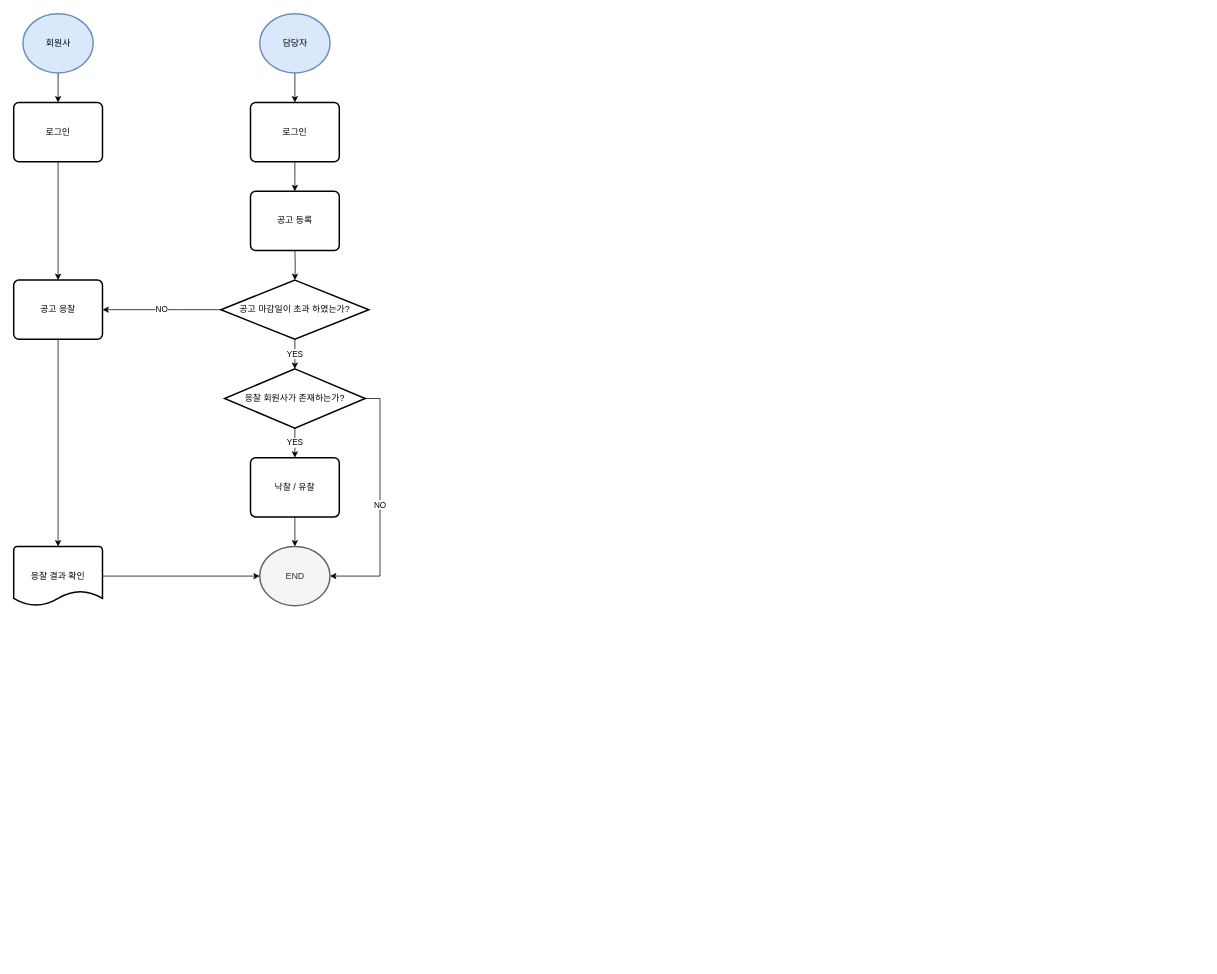
This is 경농-전자입찰시스템 Flow Chart.drawio from donghyeok-dev/devportfolio, a draw.io file, before an edit. Source tidied: cells renumbered, new cells numbered last; positions are measured from the earlier drawing's top-left corner, leaving out a move shared by most shapes. Both pictures are drawn from the tidied source at 74%, with x=0, y=0 at pixel (13, 13).
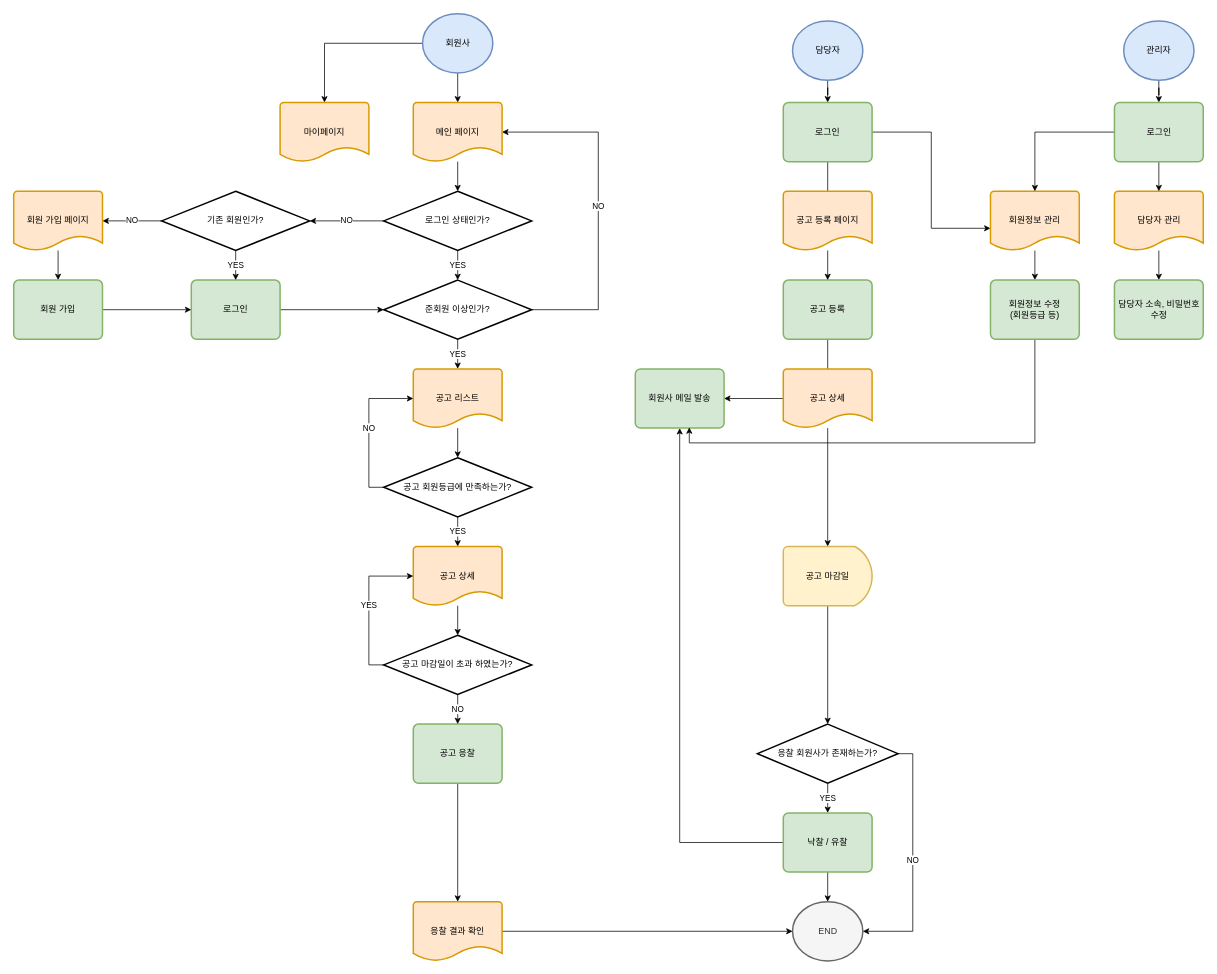
After the change.

Commit message:
Update 경농-전자입찰시스템 Flow Chart.drawio

What changed in the source:
```diff
@@
     <mxCell id="3" value="담당자" style="strokeWidth=2;html=1;shape=mxgraph.flowchart.start_2;whiteSpace=wrap;fillColor=#dae8fc;strokeColor=#6c8ebf;" parent="1" vertex="1">
-      <mxGeometry x="332.5" width="95" height="80" as="geometry" />
+      <mxGeometry x="1052.5" y="10" width="95" height="80" as="geometry" />
     </mxCell>
     <mxCell id="4" style="edgeStyle=orthogonalEdgeStyle;rounded=0;jettySize=auto;html=1;" parent="1" edge="1" source="5">
       <mxGeometry relative="1" as="geometry">
-        <mxPoint x="380" y="240" as="targetPoint" />
+        <mxPoint x="1100" y="250" as="targetPoint" />
       </mxGeometry>
     </mxCell>
+    <mxCell id="25" style="edgeStyle=orthogonalEdgeStyle;rounded=0;jettySize=auto;html=1;entryX=0;entryY=0.625;entryDx=0;entryDy=0;entryPerimeter=0;" parent="1" edge="1" source="5" target="65">
+      <mxGeometry relative="1" as="geometry" />
+    </mxCell>
-    <mxCell id="5" value="로그인" style="rounded=1;whiteSpace=wrap;html=1;absoluteArcSize=1;arcSize=14;strokeWidth=2;" parent="1" vertex="1">
-      <mxGeometry x="320" y="120" width="120" height="80" as="geometry" />
+    <mxCell id="5" value="로그인" style="rounded=1;whiteSpace=wrap;html=1;absoluteArcSize=1;arcSize=14;strokeWidth=2;fillColor=#d5e8d4;strokeColor=#82b366;" parent="1" vertex="1">
+      <mxGeometry x="1040" y="120" width="120" height="80" as="geometry" />
     </mxCell>
-    <mxCell id="6" style="edgeStyle=orthogonalEdgeStyle;rounded=0;jettySize=auto;html=1;" parent="1" edge="1" target="8">
-      <mxGeometry relative="1" as="geometry">
-        <mxPoint x="380" y="320" as="sourcePoint" />
-      </mxGeometry>
-    </mxCell>
-    <mxCell id="7" value="YES" style="edgeStyle=orthogonalEdgeStyle;rounded=0;jettySize=auto;html=1;" parent="1" edge="1" source="8">
-      <mxGeometry relative="1" as="geometry">
-        <mxPoint x="380" y="480" as="targetPoint" />
-      </mxGeometry>
-    </mxCell>
-    <mxCell id="8" value="공고 마감일이 초과 하였는가?" style="strokeWidth=2;html=1;shape=mxgraph.flowchart.decision;whiteSpace=wrap;" parent="1" vertex="1">
-      <mxGeometry x="280" y="360" width="200" height="80" as="geometry" />
-    </mxCell>
@@
+    <mxCell id="26" style="edgeStyle=orthogonalEdgeStyle;rounded=0;jettySize=auto;html=1;" parent="1" edge="1" source="10" target="48">
+      <mxGeometry relative="1" as="geometry" />
+    </mxCell>
-    <mxCell id="10" value="낙찰 / 유찰" style="rounded=1;whiteSpace=wrap;html=1;absoluteArcSize=1;arcSize=14;strokeWidth=2;" parent="1" vertex="1">
-      <mxGeometry x="320" y="600" width="120" height="80" as="geometry" />
+    <mxCell id="10" value="낙찰 / 유찰" style="rounded=1;whiteSpace=wrap;html=1;absoluteArcSize=1;arcSize=14;strokeWidth=2;fillColor=#d5e8d4;strokeColor=#82b366;" parent="1" vertex="1">
+      <mxGeometry x="1040" y="1080" width="120" height="80" as="geometry" />
     </mxCell>
+    <mxCell id="27" style="edgeStyle=orthogonalEdgeStyle;rounded=0;jettySize=auto;html=1;" parent="1" edge="1" source="11">
+      <mxGeometry relative="1" as="geometry">
+        <mxPoint x="1100" y="490" as="targetPoint" />
+      </mxGeometry>
+    </mxCell>
-    <mxCell id="11" value="공고 등록" style="rounded=1;whiteSpace=wrap;html=1;absoluteArcSize=1;arcSize=14;strokeWidth=2;" parent="1" vertex="1">
-      <mxGeometry x="320" y="240" width="120" height="80" as="geometry" />
+    <mxCell id="11" value="공고 등록" style="rounded=1;whiteSpace=wrap;html=1;absoluteArcSize=1;arcSize=14;strokeWidth=2;fillColor=#d5e8d4;strokeColor=#82b366;" parent="1" vertex="1">
+      <mxGeometry x="1040" y="360" width="120" height="80" as="geometry" />
     </mxCell>
-    <mxCell id="12" style="edgeStyle=orthogonalEdgeStyle;rounded=0;jettySize=auto;html=1;" parent="1" edge="1" source="13" target="15">
-      <mxGeometry relative="1" as="geometry" />
-    </mxCell>
+    <mxCell id="28" style="edgeStyle=orthogonalEdgeStyle;rounded=0;jettySize=auto;html=1;" parent="1" edge="1" source="13" target="32">
+      <mxGeometry relative="1" as="geometry" />
+    </mxCell>
+    <mxCell id="29" style="edgeStyle=orthogonalEdgeStyle;rounded=0;jettySize=auto;html=1;" parent="1" edge="1" source="13" target="68">
+      <mxGeometry relative="1" as="geometry" />
+    </mxCell>
     <mxCell id="13" value="회원사" style="strokeWidth=2;html=1;shape=mxgraph.flowchart.start_2;whiteSpace=wrap;fillColor=#dae8fc;strokeColor=#6c8ebf;" parent="1" vertex="1">
-      <mxGeometry x="12.5" width="95" height="80" as="geometry" />
+      <mxGeometry x="552.5" width="95" height="80" as="geometry" />
     </mxCell>
-    <mxCell id="14" style="edgeStyle=orthogonalEdgeStyle;rounded=0;jettySize=auto;html=1;" parent="1" edge="1" source="15" target="17">
-      <mxGeometry relative="1" as="geometry" />
-    </mxCell>
+    <mxCell id="30" style="edgeStyle=orthogonalEdgeStyle;rounded=0;jettySize=auto;html=1;entryX=0;entryY=0.5;entryDx=0;entryDy=0;entryPerimeter=0;exitX=1;exitY=0.5;exitDx=0;exitDy=0;" parent="1" edge="1" source="15" target="37">
+      <mxGeometry y="-10" relative="1" as="geometry" />
+    </mxCell>
-    <mxCell id="15" value="로그인" style="rounded=1;whiteSpace=wrap;html=1;absoluteArcSize=1;arcSize=14;strokeWidth=2;" parent="1" vertex="1">
-      <mxGeometry y="120" width="120" height="80" as="geometry" />
+    <mxCell id="15" value="로그인" style="rounded=1;whiteSpace=wrap;html=1;absoluteArcSize=1;arcSize=14;strokeWidth=2;fillColor=#d5e8d4;strokeColor=#82b366;" parent="1" vertex="1">
+      <mxGeometry x="240" y="360" width="120" height="80" as="geometry" />
     </mxCell>
@@
-    <mxCell id="17" value="공고 응찰" style="rounded=1;whiteSpace=wrap;html=1;absoluteArcSize=1;arcSize=14;strokeWidth=2;" parent="1" vertex="1">
-      <mxGeometry y="360" width="120" height="80" as="geometry" />
+    <mxCell id="17" value="공고 응찰" style="rounded=1;whiteSpace=wrap;html=1;absoluteArcSize=1;arcSize=14;strokeWidth=2;fillColor=#d5e8d4;strokeColor=#82b366;" parent="1" vertex="1">
+      <mxGeometry x="540" y="960" width="120" height="80" as="geometry" />
     </mxCell>
-    <mxCell id="18" value="NO" style="edgeStyle=orthogonalEdgeStyle;rounded=0;jettySize=auto;html=1;exitX=0;exitY=0.5;exitDx=0;exitDy=0;exitPerimeter=0;entryX=1;entryY=0.5;entryDx=0;entryDy=0;" parent="1" edge="1" source="8" target="17">
-      <mxGeometry relative="1" as="geometry">
-        <Array as="points">
-          <mxPoint x="220" y="400" />
-          <mxPoint x="220" y="400" />
-        </Array>
-      </mxGeometry>
-    </mxCell>
     <mxCell id="19" value="END" style="strokeWidth=2;html=1;shape=mxgraph.flowchart.start_2;whiteSpace=wrap;fillColor=#f5f5f5;fontColor=#333333;strokeColor=#666666;" parent="1" vertex="1">
-      <mxGeometry x="332.5" y="720" width="95" height="80" as="geometry" />
+      <mxGeometry x="1052.5" y="1200" width="95" height="80" as="geometry" />
     </mxCell>
+    <mxCell id="22" value="YES" style="edgeStyle=orthogonalEdgeStyle;rounded=0;jettySize=auto;html=1;" parent="1" edge="1" source="21" target="10">
+      <mxGeometry relative="1" as="geometry" />
+    </mxCell>
-    <mxCell id="20" value="NO" style="edgeStyle=orthogonalEdgeStyle;rounded=0;jettySize=auto;html=1;entryX=1;entryY=0.5;entryDx=0;entryDy=0;entryPerimeter=0;" parent="1" edge="1" source="21" target="19">
-      <mxGeometry relative="1" as="geometry">
-        <Array as="points">
-          <mxPoint x="495" y="520" />
-          <mxPoint x="495" y="760" />
-        </Array>
-      </mxGeometry>
+    <mxCell id="20" value="NO" style="edgeStyle=orthogonalEdgeStyle;rounded=0;jettySize=auto;html=1;exitX=1;exitY=0.5;exitDx=0;exitDy=0;exitPerimeter=0;entryX=1;entryY=0.5;entryDx=0;entryDy=0;entryPerimeter=0;" parent="1" edge="1" source="21" target="19">
+      <mxGeometry relative="1" as="geometry" />
     </mxCell>
     <mxCell id="21" value="응찰 회원사가 존재하는가?" style="strokeWidth=2;html=1;shape=mxgraph.flowchart.decision;whiteSpace=wrap;" parent="1" vertex="1">
-      <mxGeometry x="285" y="480" width="190" height="80" as="geometry" />
+      <mxGeometry x="1005" y="960" width="190" height="80" as="geometry" />
     </mxCell>
-    <mxCell id="22" value="YES" style="edgeStyle=orthogonalEdgeStyle;rounded=0;jettySize=auto;html=1;entryX=0.5;entryY=0;entryDx=0;entryDy=0;exitX=0.5;exitY=1;exitDx=0;exitDy=0;exitPerimeter=0;" parent="1" edge="1" source="21" target="10">
-      <mxGeometry relative="1" as="geometry">
-        <Array as="points">
-          <mxPoint x="380" y="580" />
-          <mxPoint x="380" y="580" />
-        </Array>
-      </mxGeometry>
-    </mxCell>
@@
-    <mxCell id="24" value="응찰 결과 확인" style="strokeWidth=2;html=1;shape=mxgraph.flowchart.document2;whiteSpace=wrap;size=0.25;" parent="1" vertex="1">
-      <mxGeometry y="720" width="120" height="80" as="geometry" />
+    <mxCell id="24" value="응찰 결과 확인" style="strokeWidth=2;html=1;shape=mxgraph.flowchart.document2;whiteSpace=wrap;size=0.25;fillColor=#ffe6cc;strokeColor=#d79b00;" parent="1" vertex="1">
+      <mxGeometry x="540" y="1200" width="120" height="80" as="geometry" />
     </mxCell>
+    <mxCell id="31" style="edgeStyle=orthogonalEdgeStyle;rounded=0;jettySize=auto;html=1;" parent="1" edge="1" source="32" target="51">
+      <mxGeometry relative="1" as="geometry" />
+    </mxCell>
+    <mxCell id="32" value="메인 페이지" style="strokeWidth=2;html=1;shape=mxgraph.flowchart.document2;whiteSpace=wrap;size=0.25;fillColor=#ffe6cc;strokeColor=#d79b00;" parent="1" vertex="1">
+      <mxGeometry x="540" y="120" width="120" height="80" as="geometry" />
+    </mxCell>
+    <mxCell id="33" style="edgeStyle=orthogonalEdgeStyle;rounded=0;jettySize=auto;html=1;" parent="1" edge="1" source="34" target="40">
+      <mxGeometry relative="1" as="geometry" />
+    </mxCell>
+    <mxCell id="34" value="공고 리스트" style="strokeWidth=2;html=1;shape=mxgraph.flowchart.document2;whiteSpace=wrap;size=0.25;fillColor=#ffe6cc;strokeColor=#d79b00;" parent="1" vertex="1">
+      <mxGeometry x="540" y="480" width="120" height="80" as="geometry" />
+    </mxCell>
+    <mxCell id="35" value="NO" style="edgeStyle=orthogonalEdgeStyle;rounded=0;jettySize=auto;html=1;entryX=1;entryY=0.5;entryDx=0;entryDy=0;entryPerimeter=0;" parent="1" edge="1" source="37" target="32">
+      <mxGeometry relative="1" as="geometry">
+        <Array as="points">
+          <mxPoint x="790" y="400" />
+          <mxPoint x="790" y="160" />
+        </Array>
+      </mxGeometry>
+    </mxCell>
+    <mxCell id="36" value="YES" style="edgeStyle=orthogonalEdgeStyle;rounded=0;jettySize=auto;html=1;" parent="1" edge="1" source="37" target="34">
+      <mxGeometry relative="1" as="geometry" />
+    </mxCell>
+    <mxCell id="37" value="준회원 이상인가?" style="strokeWidth=2;html=1;shape=mxgraph.flowchart.decision;whiteSpace=wrap;" parent="1" vertex="1">
+      <mxGeometry x="500" y="360" width="200" height="80" as="geometry" />
+    </mxCell>
+    <mxCell id="38" value="NO" style="edgeStyle=orthogonalEdgeStyle;rounded=0;jettySize=auto;html=1;entryX=0;entryY=0.5;entryDx=0;entryDy=0;entryPerimeter=0;" parent="1" edge="1" source="40" target="34">
+      <mxGeometry relative="1" as="geometry">
+        <Array as="points">
+          <mxPoint x="480" y="640" />
+          <mxPoint x="480" y="520" />
+        </Array>
+      </mxGeometry>
+    </mxCell>
+    <mxCell id="39" value="YES" style="edgeStyle=orthogonalEdgeStyle;rounded=0;jettySize=auto;html=1;" parent="1" edge="1" source="40" target="42">
+      <mxGeometry relative="1" as="geometry" />
+    </mxCell>
+    <mxCell id="40" value="공고 회원등급에 만족하는가?" style="strokeWidth=2;html=1;shape=mxgraph.flowchart.decision;whiteSpace=wrap;" parent="1" vertex="1">
+      <mxGeometry x="500" y="600" width="200" height="80" as="geometry" />
+    </mxCell>
+    <mxCell id="41" style="edgeStyle=orthogonalEdgeStyle;rounded=0;jettySize=auto;html=1;entryX=0.5;entryY=0;entryDx=0;entryDy=0;entryPerimeter=0;" parent="1" edge="1" source="42" target="8">
+      <mxGeometry relative="1" as="geometry" />
+    </mxCell>
+    <mxCell id="42" value="공고 상세" style="strokeWidth=2;html=1;shape=mxgraph.flowchart.document2;whiteSpace=wrap;size=0.25;fillColor=#ffe6cc;strokeColor=#d79b00;" parent="1" vertex="1">
+      <mxGeometry x="540" y="720" width="120" height="80" as="geometry" />
+    </mxCell>
+    <mxCell id="43" style="edgeStyle=orthogonalEdgeStyle;rounded=0;jettySize=auto;html=1;" parent="1" edge="1" source="44" target="11">
+      <mxGeometry relative="1" as="geometry" />
+    </mxCell>
+    <mxCell id="44" value="공고 등록 페이지" style="strokeWidth=2;html=1;shape=mxgraph.flowchart.document2;whiteSpace=wrap;size=0.25;fillColor=#ffe6cc;strokeColor=#d79b00;" parent="1" vertex="1">
+      <mxGeometry x="1040" y="240" width="120" height="80" as="geometry" />
+    </mxCell>
+    <mxCell id="45" style="edgeStyle=orthogonalEdgeStyle;rounded=0;jettySize=auto;html=1;" parent="1" edge="1" source="47" target="48">
+      <mxGeometry relative="1" as="geometry" />
+    </mxCell>
+    <mxCell id="46" style="edgeStyle=orthogonalEdgeStyle;rounded=0;jettySize=auto;html=1;" parent="1" edge="1" source="47" target="61">
+      <mxGeometry relative="1" as="geometry" />
+    </mxCell>
+    <mxCell id="47" value="공고 상세" style="strokeWidth=2;html=1;shape=mxgraph.flowchart.document2;whiteSpace=wrap;size=0.25;fillColor=#ffe6cc;strokeColor=#d79b00;" parent="1" vertex="1">
+      <mxGeometry x="1040" y="480" width="120" height="80" as="geometry" />
+    </mxCell>
+    <mxCell id="48" value="회원사 메일 발송" style="rounded=1;whiteSpace=wrap;html=1;absoluteArcSize=1;arcSize=14;strokeWidth=2;fillColor=#d5e8d4;strokeColor=#82b366;" parent="1" vertex="1">
+      <mxGeometry x="840" y="480" width="120" height="80" as="geometry" />
+    </mxCell>
+    <mxCell id="49" value="YES" style="edgeStyle=orthogonalEdgeStyle;rounded=0;jettySize=auto;html=1;" parent="1" edge="1" source="51" target="37">
+      <mxGeometry relative="1" as="geometry" />
+    </mxCell>
+    <mxCell id="50" value="NO" style="edgeStyle=orthogonalEdgeStyle;rounded=0;jettySize=auto;html=1;entryX=1;entryY=0.5;entryDx=0;entryDy=0;entryPerimeter=0;" parent="1" edge="1" source="51" target="54">
+      <mxGeometry relative="1" as="geometry" />
+    </mxCell>
+    <mxCell id="51" value="로그인 상태인가?" style="strokeWidth=2;html=1;shape=mxgraph.flowchart.decision;whiteSpace=wrap;" parent="1" vertex="1">
+      <mxGeometry x="500" y="240" width="200" height="80" as="geometry" />
+    </mxCell>
+    <mxCell id="52" value="YES" style="edgeStyle=orthogonalEdgeStyle;rounded=0;jettySize=auto;html=1;" parent="1" edge="1" source="54" target="15">
+      <mxGeometry relative="1" as="geometry" />
+    </mxCell>
+    <mxCell id="53" value="NO" style="edgeStyle=orthogonalEdgeStyle;rounded=0;jettySize=auto;html=1;" parent="1" edge="1" source="54" target="56">
+      <mxGeometry relative="1" as="geometry" />
+    </mxCell>
+    <mxCell id="54" value="기존 회원인가?" style="strokeWidth=2;html=1;shape=mxgraph.flowchart.decision;whiteSpace=wrap;" parent="1" vertex="1">
+      <mxGeometry x="200" y="240" width="200" height="80" as="geometry" />
+    </mxCell>
+    <mxCell id="55" style="edgeStyle=orthogonalEdgeStyle;rounded=0;jettySize=auto;html=1;entryX=0.5;entryY=0;entryDx=0;entryDy=0;" parent="1" edge="1" source="56" target="59">
+      <mxGeometry relative="1" as="geometry" />
+    </mxCell>
+    <mxCell id="56" value="회원 가입 페이지" style="strokeWidth=2;html=1;shape=mxgraph.flowchart.document2;whiteSpace=wrap;size=0.25;fillColor=#ffe6cc;strokeColor=#d79b00;" parent="1" vertex="1">
+      <mxGeometry y="240" width="120" height="80" as="geometry" />
+    </mxCell>
+    <mxCell id="57" style="edgeStyle=orthogonalEdgeStyle;rounded=0;jettySize=auto;html=1;entryX=0;entryY=0.5;entryDx=0;entryDy=0;exitX=1;exitY=0.5;exitDx=0;exitDy=0;" parent="1" edge="1" source="59" target="15">
+      <mxGeometry relative="1" as="geometry" />
+    </mxCell>
+    <mxCell id="18" value="NO" style="edgeStyle=orthogonalEdgeStyle;rounded=0;jettySize=auto;html=1;" parent="1" edge="1" source="8" target="17">
+      <mxGeometry relative="1" as="geometry" />
+    </mxCell>
+    <mxCell id="58" value="YES" style="edgeStyle=orthogonalEdgeStyle;rounded=0;jettySize=auto;html=1;exitX=0;exitY=0.5;exitDx=0;exitDy=0;exitPerimeter=0;entryX=0;entryY=0.5;entryDx=0;entryDy=0;entryPerimeter=0;" parent="1" edge="1" source="8" target="42">
+      <mxGeometry relative="1" as="geometry" />
+    </mxCell>
+    <mxCell id="8" value="공고 마감일이 초과 하였는가?" style="strokeWidth=2;html=1;shape=mxgraph.flowchart.decision;whiteSpace=wrap;" parent="1" vertex="1">
+      <mxGeometry x="500" y="840" width="200" height="80" as="geometry" />
+    </mxCell>
+    <mxCell id="59" value="회원 가입" style="rounded=1;whiteSpace=wrap;html=1;absoluteArcSize=1;arcSize=14;strokeWidth=2;fillColor=#d5e8d4;strokeColor=#82b366;" parent="1" vertex="1">
+      <mxGeometry y="360" width="120" height="80" as="geometry" />
+    </mxCell>
+    <mxCell id="60" style="edgeStyle=orthogonalEdgeStyle;rounded=0;jettySize=auto;html=1;entryX=0.5;entryY=0;entryDx=0;entryDy=0;entryPerimeter=0;" parent="1" edge="1" source="61" target="21">
+      <mxGeometry relative="1" as="geometry" />
+    </mxCell>
+    <mxCell id="61" value="공고 마감일" style="strokeWidth=2;html=1;shape=mxgraph.flowchart.delay;whiteSpace=wrap;fillColor=#fff2cc;strokeColor=#d6b656;" parent="1" vertex="1">
+      <mxGeometry x="1040" y="720" width="120" height="80" as="geometry" />
+    </mxCell>
+    <mxCell id="62" style="edgeStyle=orthogonalEdgeStyle;rounded=0;jettySize=auto;html=1;" parent="1" edge="1" source="63" target="71">
+      <mxGeometry relative="1" as="geometry" />
+    </mxCell>
+    <mxCell id="63" value="관리자" style="strokeWidth=2;html=1;shape=mxgraph.flowchart.start_2;whiteSpace=wrap;fillColor=#dae8fc;strokeColor=#6c8ebf;" parent="1" vertex="1">
+      <mxGeometry x="1500" y="10" width="95" height="80" as="geometry" />
+    </mxCell>
+    <mxCell id="64" style="edgeStyle=orthogonalEdgeStyle;rounded=0;jettySize=auto;html=1;" parent="1" edge="1" source="65" target="73">
+      <mxGeometry relative="1" as="geometry" />
+    </mxCell>
+    <mxCell id="65" value="회원정보 관리" style="strokeWidth=2;html=1;shape=mxgraph.flowchart.document2;whiteSpace=wrap;size=0.25;fillColor=#ffe6cc;strokeColor=#d79b00;" parent="1" vertex="1">
+      <mxGeometry x="1320" y="240" width="120" height="80" as="geometry" />
+    </mxCell>
+    <mxCell id="66" style="edgeStyle=orthogonalEdgeStyle;rounded=0;jettySize=auto;html=1;" parent="1" edge="1" source="67" target="74">
+      <mxGeometry relative="1" as="geometry" />
+    </mxCell>
+    <mxCell id="67" value="담당자 관리" style="strokeWidth=2;html=1;shape=mxgraph.flowchart.document2;whiteSpace=wrap;size=0.25;fillColor=#ffe6cc;strokeColor=#d79b00;" parent="1" vertex="1">
+      <mxGeometry x="1487.5" y="240" width="120" height="80" as="geometry" />
+    </mxCell>
+    <mxCell id="68" value="마이페이지" style="strokeWidth=2;html=1;shape=mxgraph.flowchart.document2;whiteSpace=wrap;size=0.25;fillColor=#ffe6cc;strokeColor=#d79b00;" parent="1" vertex="1">
+      <mxGeometry x="360" y="120" width="120" height="80" as="geometry" />
+    </mxCell>
+    <mxCell id="69" style="edgeStyle=orthogonalEdgeStyle;rounded=0;jettySize=auto;html=1;" parent="1" edge="1" source="71" target="65">
+      <mxGeometry relative="1" as="geometry" />
+    </mxCell>
+    <mxCell id="70" style="edgeStyle=orthogonalEdgeStyle;rounded=0;jettySize=auto;html=1;" parent="1" edge="1" source="71" target="67">
+      <mxGeometry relative="1" as="geometry" />
+    </mxCell>
+    <mxCell id="71" value="로그인" style="rounded=1;whiteSpace=wrap;html=1;absoluteArcSize=1;arcSize=14;strokeWidth=2;fillColor=#d5e8d4;strokeColor=#82b366;" parent="1" vertex="1">
+      <mxGeometry x="1487.5" y="120" width="120" height="80" as="geometry" />
+    </mxCell>
+    <mxCell id="72" style="edgeStyle=orthogonalEdgeStyle;rounded=0;jettySize=auto;html=1;entryX=0.608;entryY=0.988;entryDx=0;entryDy=0;entryPerimeter=0;" parent="1" edge="1" source="73" target="48">
+      <mxGeometry relative="1" as="geometry">
+        <Array as="points">
+          <mxPoint x="1380" y="580" />
+          <mxPoint x="913" y="580" />
+        </Array>
+      </mxGeometry>
+    </mxCell>
+    <mxCell id="73" value="회원정보 수정&lt;br&gt;(회원등급 등)" style="rounded=1;whiteSpace=wrap;html=1;absoluteArcSize=1;arcSize=14;strokeWidth=2;fillColor=#d5e8d4;strokeColor=#82b366;" parent="1" vertex="1">
+      <mxGeometry x="1320" y="360" width="120" height="80" as="geometry" />
+    </mxCell>
+    <mxCell id="74" value="담당자 소속, 비밀번호 수정" style="rounded=1;whiteSpace=wrap;html=1;absoluteArcSize=1;arcSize=14;strokeWidth=2;fillColor=#d5e8d4;strokeColor=#82b366;" parent="1" vertex="1">
+      <mxGeometry x="1487.5" y="360" width="120" height="80" as="geometry" />
+    </mxCell>
```
